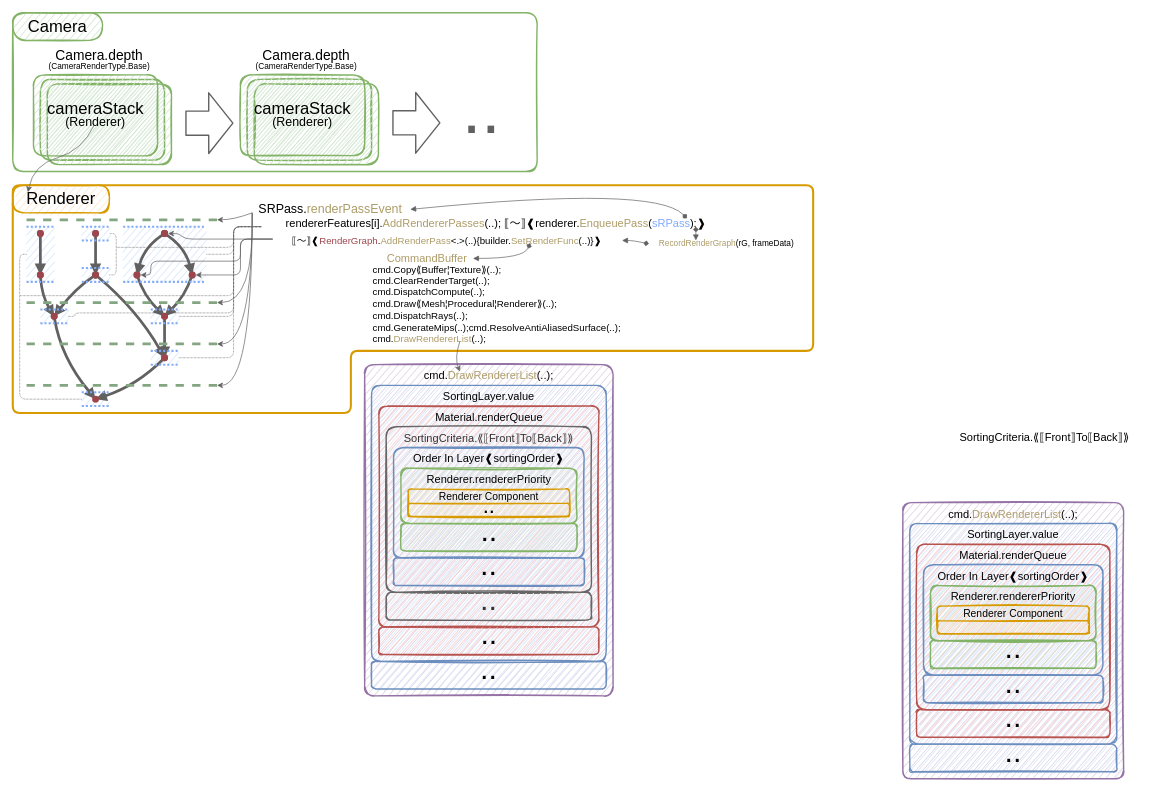
Before: Unity_memo/Unityいろいろ/draw_io/Unity1/Unity1.drawio in asreia/Hub, a draw.io diagram. Source tidied: cells renumbered, new cells numbered last; positions are measured from the earlier drawing's top-left corner, leaving out a move shared by most shapes. Both pictures are drawn from the tidied source at 69%, with x=0, y=0 at pixel (12, 12).
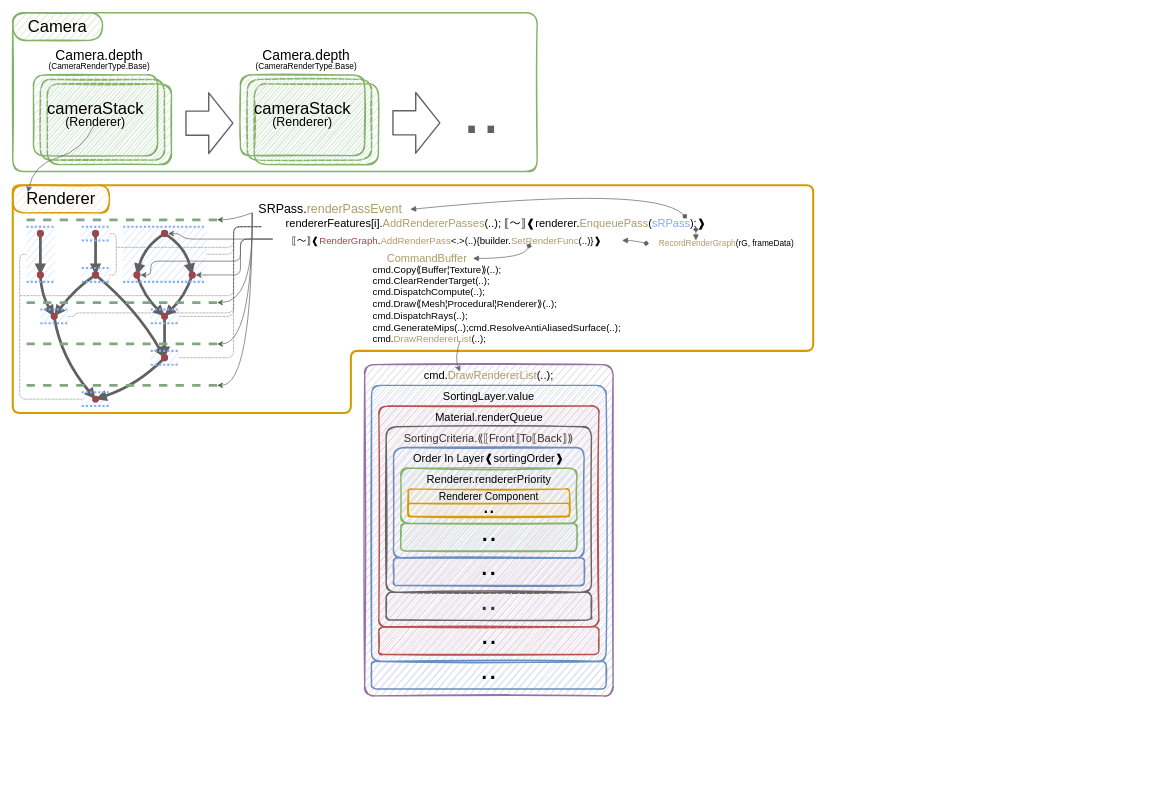
After the change.

Diff of the diagram source:
```diff
@@
-    <mxCell id="113" style="group;" parent="1" vertex="1">
-      <mxGeometry x="1290" y="710" width="320" height="400" as="geometry" />
-    </mxCell>
-    <mxCell id="114" value="cmd.&lt;font color=&quot;#ad9c68&quot;&gt;DrawRendererList&lt;/font&gt;(..);" style="rounded=1;whiteSpace=wrap;html=1;fillColor=#e1d5e7;strokeColor=#9673a6;sketch=1;strokeWidth=2;shadow=0;fontFamily=UD デジタル 教科書体 NK-B;fontSize=16;arcSize=4;verticalAlign=top;" parent="113" vertex="1">
-      <mxGeometry width="320" height="400" as="geometry" />
-    </mxCell>
-    <mxCell id="115" value="SortingLayer.value" style="rounded=1;whiteSpace=wrap;html=1;fillColor=#dae8fc;strokeColor=#6c8ebf;sketch=1;strokeWidth=2;shadow=0;fontFamily=UD デジタル 教科書体 NK-B;fontSize=16;arcSize=4;verticalAlign=top;" parent="113" vertex="1">
-      <mxGeometry x="10" y="30" width="300" height="320" as="geometry" />
-    </mxCell>
-    <mxCell id="116" value="Material.renderQueue" style="rounded=1;whiteSpace=wrap;html=1;fillColor=#f8cecc;strokeColor=#b85450;sketch=1;strokeWidth=2;shadow=0;fontFamily=UD デジタル 教科書体 NK-B;fontSize=16;verticalAlign=top;arcSize=6;" parent="113" vertex="1">
-      <mxGeometry x="20" y="60" width="280" height="240" as="geometry" />
-    </mxCell>
-    <mxCell id="117" value="Order In Layer❰sortingOrder❱" style="rounded=1;whiteSpace=wrap;html=1;fillColor=#dae8fc;strokeColor=#6c8ebf;sketch=1;strokeWidth=2;shadow=0;fontFamily=UD デジタル 教科書体 NK-B;fontSize=16;verticalAlign=top;arcSize=9;" parent="113" vertex="1">
-      <mxGeometry x="30" y="90" width="260" height="160" as="geometry" />
-    </mxCell>
-    <mxCell id="118" value="Renderer.rendererPriority" style="rounded=1;whiteSpace=wrap;html=1;fillColor=#d5e8d4;strokeColor=#82b366;sketch=1;strokeWidth=2;shadow=0;fontFamily=UD デジタル 教科書体 NK-B;fontSize=16;verticalAlign=top;" parent="113" vertex="1">
-      <mxGeometry x="40" y="120" width="240" height="80" as="geometry" />
-    </mxCell>
-    <mxCell id="119" value="&lt;font style=&quot;font-size: 44px;&quot;&gt;..&lt;/font&gt;" style="rounded=1;whiteSpace=wrap;html=1;fillColor=#dae8fc;strokeColor=#6c8ebf;sketch=1;strokeWidth=2;shadow=0;fontFamily=UD デジタル 教科書体 NK-B;fontSize=16;verticalAlign=bottom;" parent="113" vertex="1">
-      <mxGeometry x="30" y="250" width="260" height="40" as="geometry" />
-    </mxCell>
-    <mxCell id="120" value="&lt;font style=&quot;font-size: 44px;&quot;&gt;..&lt;/font&gt;" style="rounded=1;whiteSpace=wrap;html=1;fillColor=#d5e8d4;strokeColor=#82b366;sketch=1;strokeWidth=2;shadow=0;fontFamily=UD デジタル 教科書体 NK-B;fontSize=16;verticalAlign=bottom;" parent="113" vertex="1">
-      <mxGeometry x="40" y="200" width="240" height="40" as="geometry" />
-    </mxCell>
-    <mxCell id="121" value="&lt;font style=&quot;font-size: 44px;&quot;&gt;..&lt;/font&gt;" style="rounded=1;whiteSpace=wrap;html=1;fillColor=#f8cecc;strokeColor=#b85450;sketch=1;strokeWidth=2;shadow=0;fontFamily=UD デジタル 教科書体 NK-B;fontSize=16;verticalAlign=bottom;" parent="113" vertex="1">
-      <mxGeometry x="20" y="300" width="280" height="40" as="geometry" />
-    </mxCell>
-    <mxCell id="122" value="&lt;font style=&quot;font-size: 44px;&quot;&gt;..&lt;/font&gt;" style="rounded=1;whiteSpace=wrap;html=1;fillColor=#dae8fc;strokeColor=#6c8ebf;sketch=1;strokeWidth=2;shadow=0;fontFamily=UD デジタル 教科書体 NK-B;fontSize=16;verticalAlign=bottom;" parent="113" vertex="1">
-      <mxGeometry x="10" y="350" width="300" height="40" as="geometry" />
-    </mxCell>
-    <mxCell id="123" value="&lt;p style=&quot;line-height: 140%;&quot;&gt;&lt;font style=&quot;font-size: 15px;&quot;&gt;Renderer Component&lt;/font&gt;&lt;/p&gt;" style="rounded=1;whiteSpace=wrap;html=1;fillColor=#ffe6cc;strokeColor=#d79b00;sketch=1;strokeWidth=2;shadow=0;fontFamily=UD デジタル 教科書体 NK-B;fontSize=16;verticalAlign=bottom;" parent="113" vertex="1">
-      <mxGeometry x="50" y="150" width="220" height="40" as="geometry" />
-    </mxCell>
-    <mxCell id="124" value="&lt;p style=&quot;line-height: 100%;&quot;&gt;&lt;br&gt;&lt;/p&gt;" style="rounded=1;whiteSpace=wrap;html=1;fillColor=#ffe6cc;strokeColor=#d79b00;sketch=1;strokeWidth=2;shadow=0;fontFamily=UD デジタル 教科書体 NK-B;fontSize=16;verticalAlign=middle;" parent="113" vertex="1">
-      <mxGeometry x="50" y="171" width="220" height="19" as="geometry" />
-    </mxCell>
@@
-    <mxCell id="127" value="&lt;font style=&quot;font-size: 16px;&quot; face=&quot;UD デジタル 教科書体 NK-B&quot;&gt;SortingCriteria.⟪⟦Front⟧To⟦Back⟧⟫&lt;/font&gt;" style="text;html=1;align=center;verticalAlign=middle;strokeColor=none;fillColor=none;" parent="1" vertex="1">
-      <mxGeometry x="1340" y="600" width="310" height="30" as="geometry" />
-    </mxCell>
```
